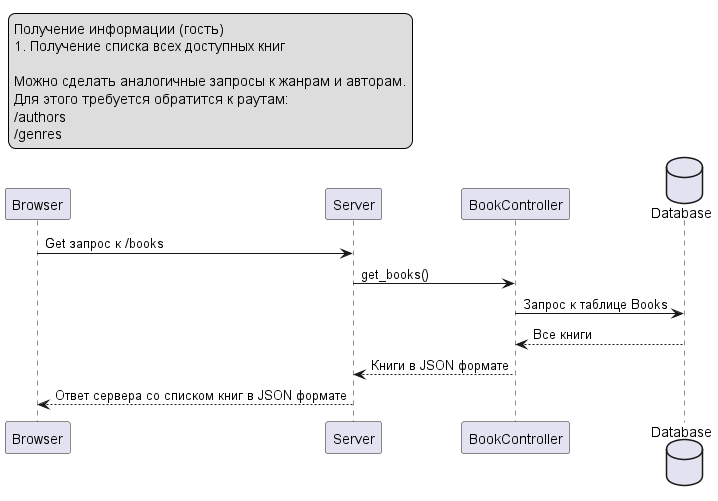
The PlantUML diagram diagram/Sequance Diagram Library.png in ihateb335/assignment_keepsolid, before a commit. The source it was exported from:
```plantuml
@startuml
legend top left
Получение информации (гость)
1. Получение списка всех доступных книг

Можно сделать аналогичные запросы к жанрам и авторам.
Для этого требуется обратится к раутам:
/authors
/genres
endlegend

participant Browser as B
participant Server as S
participant BookController as C
database    Database    as DB
B -> S : Get запрос к /books
S -> C : get_books()
C -> DB : Запрос к таблице Books
DB --> C: Все книги
C --> S : Книги в JSON формате
S --> B : Ответ сервера со списком книг в JSON формате
@enduml
```
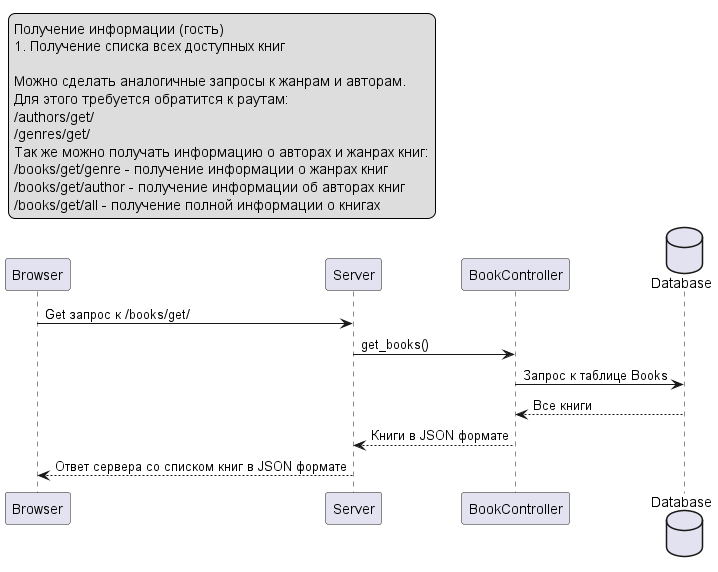
After the change.

Diff of the diagram source:
```diff
@@ -5,15 +5,19 @@
 
 Можно сделать аналогичные запросы к жанрам и авторам.
 Для этого требуется обратится к раутам:
-/authors
-/genres
+/authors/get/
+/genres/get/
+Так же можно получать информацию о авторах и жанрах книг:
+/books/get/genre - получение информации о жанрах книг
+/books/get/author - получение информации об авторах книг
+/books/get/all - получение полной информации о книгах
 endlegend
 
 participant Browser as B
 participant Server as S
 participant BookController as C
 database    Database    as DB
-B -> S : Get запрос к /books
+B -> S : Get запрос к /books/get/
 S -> C : get_books()
 C -> DB : Запрос к таблице Books
 DB --> C: Все книги
```
